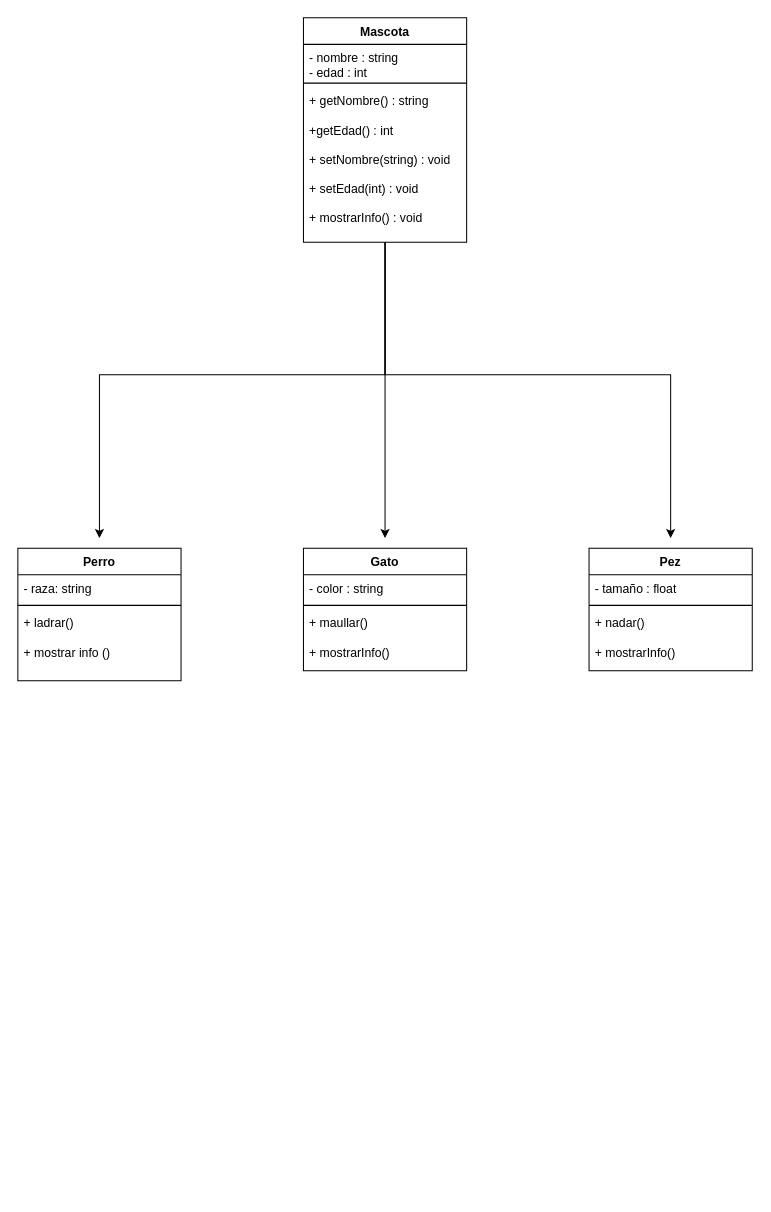
Earlier version of the draw.io diagram UML_tienda.drawio (a01715561-art/Tienda-de-mascotas). Source tidied: cells renumbered, new cells numbered last; positions are measured from the earlier drawing's top-left corner, leaving out a move shared by most shapes. Both pictures are drawn from the tidied source at 102%, with x=0, y=0 at pixel (17, 17).
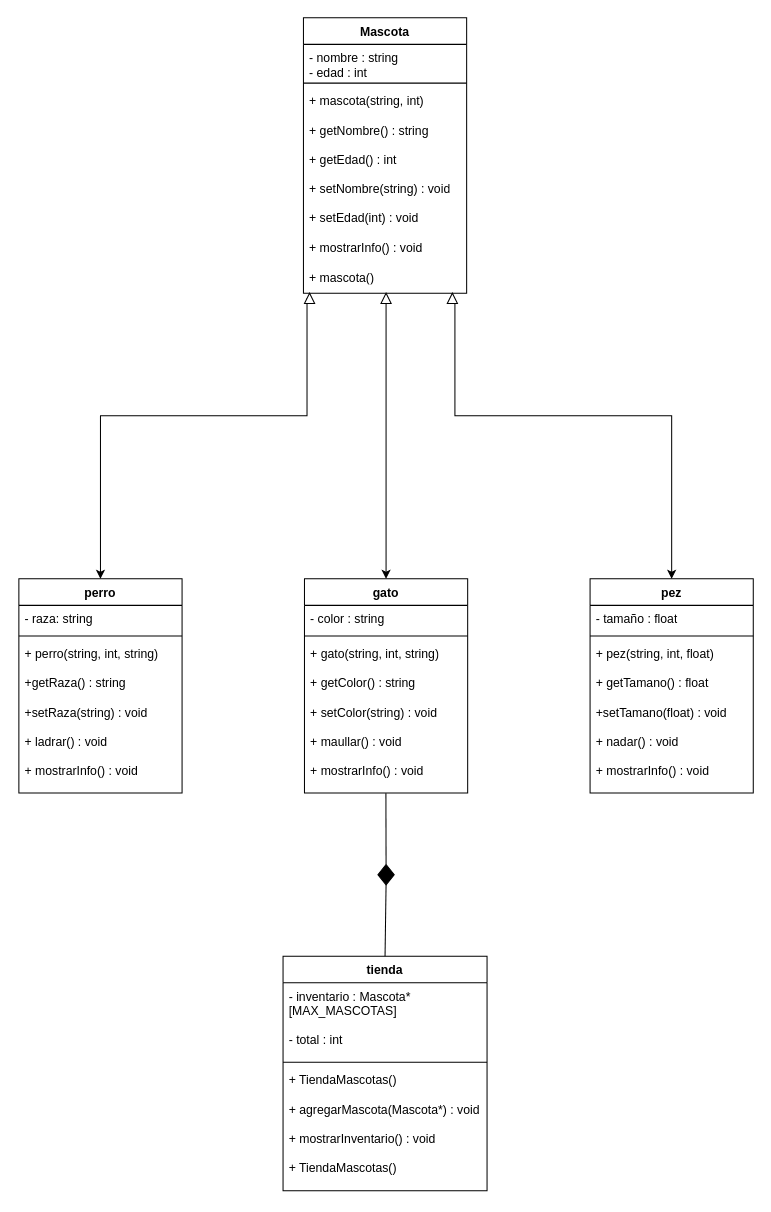
The same diagram, later.

Change to the diagram source:
```diff
@@
-    <mxCell id="2" style="edgeStyle=orthogonalEdgeStyle;rounded=0;jettySize=auto;html=1;" parent="1" edge="1" source="5">
-      <mxGeometry relative="1" as="geometry">
-        <mxPoint x="80" y="510" as="targetPoint" />
-        <Array as="points">
-          <mxPoint x="360" y="350" />
-          <mxPoint x="80" y="350" />
-          <mxPoint x="80" y="500" />
-        </Array>
-      </mxGeometry>
-    </mxCell>
-    <mxCell id="3" style="edgeStyle=orthogonalEdgeStyle;rounded=0;jettySize=auto;html=1;" parent="1" edge="1" source="5">
-      <mxGeometry relative="1" as="geometry">
-        <mxPoint x="640" y="510" as="targetPoint" />
-        <Array as="points">
-          <mxPoint x="360" y="350" />
-          <mxPoint x="640" y="350" />
-        </Array>
-      </mxGeometry>
-    </mxCell>
-    <mxCell id="4" style="edgeStyle=orthogonalEdgeStyle;rounded=0;jettySize=auto;html=1;" parent="1" edge="1" source="5">
-      <mxGeometry relative="1" as="geometry">
-        <mxPoint x="360" y="510" as="targetPoint" />
-      </mxGeometry>
-    </mxCell>
     <mxCell id="5" value="Mascota" style="swimlane;fontStyle=1;align=center;verticalAlign=top;horizontal=1;startSize=26;whiteSpace=wrap;html=1;" parent="1" vertex="1">
-      <mxGeometry x="280" width="160" height="220" as="geometry" />
+      <mxGeometry x="280" width="160" height="270" as="geometry" />
     </mxCell>
@@
-    <mxCell id="8" value="+ getNombre() : string&lt;div&gt;&lt;br&gt;&lt;div&gt;+getEdad() : int&lt;/div&gt;&lt;div&gt;&lt;br&gt;&lt;/div&gt;&lt;/div&gt;&lt;div&gt;+ setNombre(string) : void&lt;/div&gt;&lt;div&gt;&lt;br&gt;&lt;/div&gt;&lt;div&gt;+ setEdad(int) : void&lt;/div&gt;&lt;div&gt;&lt;br&gt;&lt;/div&gt;&lt;div&gt;+ mostrarInfo() : void&lt;/div&gt;" style="text;strokeColor=none;fillColor=none;align=left;verticalAlign=top;spacingLeft=4;spacingRight=4;overflow=hidden;whiteSpace=wrap;html=1;" parent="5" vertex="1">
-      <mxGeometry y="68" width="160" height="152" as="geometry" />
-    </mxCell>
-    <mxCell id="9" value="Perro" style="swimlane;fontStyle=1;align=center;verticalAlign=top;horizontal=1;startSize=26;whiteSpace=wrap;html=1;" parent="1" vertex="1">
-      <mxGeometry y="520" width="160" height="130" as="geometry" />
-    </mxCell>
+    <mxCell id="21" value="+ mascota(string, int)&lt;div&gt;&lt;br&gt;&lt;/div&gt;&lt;div&gt;+ getNombre() : string&lt;/div&gt;&lt;div&gt;&lt;br&gt;&lt;/div&gt;&lt;div&gt;+ getEdad() : int&lt;/div&gt;&lt;div&gt;&lt;br&gt;&lt;/div&gt;&lt;div&gt;+ setNombre(string) : void&lt;/div&gt;&lt;div&gt;&lt;br&gt;&lt;/div&gt;&lt;div&gt;+ setEdad(int) : void&lt;/div&gt;&lt;div&gt;&lt;br&gt;&lt;/div&gt;&lt;div&gt;+ mostrarInfo() : void&lt;/div&gt;&lt;div&gt;&lt;br&gt;&lt;/div&gt;&lt;div&gt;+ mascota()&lt;/div&gt;" style="text;strokeColor=none;fillColor=none;align=left;verticalAlign=top;spacingLeft=4;spacingRight=4;overflow=hidden;whiteSpace=wrap;html=1;" parent="5" vertex="1">
+      <mxGeometry y="68" width="160" height="202" as="geometry" />
+    </mxCell>
+    <mxCell id="22" value="pez" style="swimlane;fontStyle=1;align=center;verticalAlign=top;horizontal=1;startSize=26;whiteSpace=wrap;html=1;" parent="1" vertex="1">
+      <mxGeometry x="561" y="550" width="160" height="210" as="geometry" />
+    </mxCell>
+    <mxCell id="14" value="- tamaño : float" style="text;strokeColor=none;fillColor=none;align=left;verticalAlign=top;spacingLeft=4;spacingRight=4;overflow=hidden;whiteSpace=wrap;html=1;" parent="22" vertex="1">
+      <mxGeometry y="26" width="160" height="26" as="geometry" />
+    </mxCell>
+    <mxCell id="23" style="line;strokeWidth=1;fillColor=none;align=left;verticalAlign=middle;spacingTop=-1;spacingLeft=3;spacingRight=3;labelPosition=right;strokeColor=inherit;" parent="22" vertex="1">
+      <mxGeometry y="52" width="160" height="8" as="geometry" />
+    </mxCell>
+    <mxCell id="24" value="+ pez(string, int, float)&lt;div&gt;&lt;br&gt;&lt;/div&gt;&lt;div&gt;+ getTamano() : float&lt;/div&gt;&lt;div&gt;&lt;br&gt;&lt;/div&gt;&lt;div&gt;+setTamano(float) : void&lt;/div&gt;&lt;div&gt;&lt;br&gt;&lt;/div&gt;&lt;div&gt;+ nadar() : void&lt;/div&gt;&lt;div&gt;&lt;br&gt;&lt;/div&gt;&lt;div&gt;+ mostrarInfo() : void&lt;/div&gt;" style="text;strokeColor=none;fillColor=none;align=left;verticalAlign=top;spacingLeft=4;spacingRight=4;overflow=hidden;whiteSpace=wrap;html=1;" parent="22" vertex="1">
+      <mxGeometry y="60" width="160" height="150" as="geometry" />
+    </mxCell>
+    <mxCell id="25" value="gato" style="swimlane;fontStyle=1;align=center;verticalAlign=top;horizontal=1;startSize=26;whiteSpace=wrap;html=1;" parent="1" vertex="1">
+      <mxGeometry x="281" y="550" width="160" height="210" as="geometry" />
+    </mxCell>
+    <mxCell id="18" value="- color : string" style="text;strokeColor=none;fillColor=none;align=left;verticalAlign=top;spacingLeft=4;spacingRight=4;overflow=hidden;whiteSpace=wrap;html=1;" parent="25" vertex="1">
+      <mxGeometry y="26" width="160" height="26" as="geometry" />
+    </mxCell>
+    <mxCell id="26" style="line;strokeWidth=1;fillColor=none;align=left;verticalAlign=middle;spacingTop=-1;spacingLeft=3;spacingRight=3;labelPosition=right;strokeColor=inherit;" parent="25" vertex="1">
+      <mxGeometry y="52" width="160" height="8" as="geometry" />
+    </mxCell>
+    <mxCell id="27" value="+ gato(string, int, string)&lt;div&gt;&lt;br&gt;&lt;/div&gt;&lt;div&gt;+ getColor() : string&lt;/div&gt;&lt;div&gt;&lt;br&gt;&lt;/div&gt;&lt;div&gt;+ setColor(string) : void&lt;/div&gt;&lt;div&gt;&lt;br&gt;&lt;/div&gt;&lt;div&gt;+ maullar() : void&lt;/div&gt;&lt;div&gt;&lt;br&gt;&lt;/div&gt;&lt;div&gt;+ mostrarInfo() : void&lt;/div&gt;" style="text;strokeColor=none;fillColor=none;align=left;verticalAlign=top;spacingLeft=4;spacingRight=4;overflow=hidden;points=[[0,0.5],[1,0.5]];portConstraint=eastwest;whiteSpace=wrap;html=1;" parent="25" vertex="1">
+      <mxGeometry y="60" width="160" height="150" as="geometry" />
+    </mxCell>
+    <mxCell id="28" value="perro" style="swimlane;fontStyle=1;align=center;verticalAlign=top;horizontal=1;startSize=26;whiteSpace=wrap;html=1;" parent="1" vertex="1">
+      <mxGeometry x="1" y="550" width="160" height="210" as="geometry" />
+    </mxCell>
-    <mxCell id="10" value="- raza: string" style="text;strokeColor=none;fillColor=none;align=left;verticalAlign=top;spacingLeft=4;spacingRight=4;overflow=hidden;whiteSpace=wrap;html=1;" parent="9" vertex="1">
+    <mxCell id="10" value="- raza: string" style="text;strokeColor=none;fillColor=none;align=left;verticalAlign=top;spacingLeft=4;spacingRight=4;overflow=hidden;whiteSpace=wrap;html=1;" parent="28" vertex="1">
       <mxGeometry y="26" width="160" height="26" as="geometry" />
     </mxCell>
-    <mxCell id="11" style="line;strokeWidth=1;fillColor=none;align=left;verticalAlign=middle;spacingTop=-1;spacingLeft=3;spacingRight=3;labelPosition=right;strokeColor=inherit;" parent="9" vertex="1">
-      <mxGeometry y="52" width="160" height="8" as="geometry" />
-    </mxCell>
-    <mxCell id="12" value="+ ladrar()&lt;div&gt;&lt;br&gt;&lt;/div&gt;&lt;div&gt;+ mostrar info ()&lt;/div&gt;" style="text;strokeColor=none;fillColor=none;align=left;verticalAlign=top;spacingLeft=4;spacingRight=4;overflow=hidden;whiteSpace=wrap;html=1;" parent="9" vertex="1">
-      <mxGeometry y="60" width="160" height="70" as="geometry" />
-    </mxCell>
-    <mxCell id="13" value="Pez" style="swimlane;fontStyle=1;align=center;verticalAlign=top;horizontal=1;startSize=26;whiteSpace=wrap;html=1;" parent="1" vertex="1">
-      <mxGeometry x="560" y="520" width="160" height="120" as="geometry" />
-    </mxCell>
-    <mxCell id="14" value="- tamaño : float" style="text;strokeColor=none;fillColor=none;align=left;verticalAlign=top;spacingLeft=4;spacingRight=4;overflow=hidden;whiteSpace=wrap;html=1;" parent="13" vertex="1">
-      <mxGeometry y="26" width="160" height="26" as="geometry" />
-    </mxCell>
-    <mxCell id="15" style="line;strokeWidth=1;fillColor=none;align=left;verticalAlign=middle;spacingTop=-1;spacingLeft=3;spacingRight=3;labelPosition=right;strokeColor=inherit;" parent="13" vertex="1">
-      <mxGeometry y="52" width="160" height="8" as="geometry" />
-    </mxCell>
-    <mxCell id="16" value="+ nadar()&lt;div&gt;&lt;br&gt;&lt;/div&gt;&lt;div&gt;+ mostrarInfo()&lt;/div&gt;" style="text;strokeColor=none;fillColor=none;align=left;verticalAlign=top;spacingLeft=4;spacingRight=4;overflow=hidden;whiteSpace=wrap;html=1;" parent="13" vertex="1">
-      <mxGeometry y="60" width="160" height="60" as="geometry" />
-    </mxCell>
-    <mxCell id="17" value="Gato" style="swimlane;fontStyle=1;align=center;verticalAlign=top;horizontal=1;startSize=26;whiteSpace=wrap;html=1;" parent="1" vertex="1">
-      <mxGeometry x="280" y="520" width="160" height="120" as="geometry" />
-    </mxCell>
-    <mxCell id="18" value="- color : string" style="text;strokeColor=none;fillColor=none;align=left;verticalAlign=top;spacingLeft=4;spacingRight=4;overflow=hidden;whiteSpace=wrap;html=1;" parent="17" vertex="1">
-      <mxGeometry y="26" width="160" height="26" as="geometry" />
-    </mxCell>
-    <mxCell id="19" style="line;strokeWidth=1;fillColor=none;align=left;verticalAlign=middle;spacingTop=-1;spacingLeft=3;spacingRight=3;labelPosition=right;strokeColor=inherit;" parent="17" vertex="1">
-      <mxGeometry y="52" width="160" height="8" as="geometry" />
-    </mxCell>
-    <mxCell id="20" value="+ maullar()&lt;div&gt;&lt;br&gt;&lt;/div&gt;&lt;div&gt;+ mostrarInfo()&lt;/div&gt;" style="text;strokeColor=none;fillColor=none;align=left;verticalAlign=top;spacingLeft=4;spacingRight=4;overflow=hidden;whiteSpace=wrap;html=1;" parent="17" vertex="1">
-      <mxGeometry y="60" width="160" height="60" as="geometry" />
-    </mxCell>
+    <mxCell id="29" style="line;strokeWidth=1;fillColor=none;align=left;verticalAlign=middle;spacingTop=-1;spacingLeft=3;spacingRight=3;labelPosition=right;strokeColor=inherit;" parent="28" vertex="1">
+      <mxGeometry y="52" width="160" height="8" as="geometry" />
+    </mxCell>
+    <mxCell id="30" value="+ perro(string, int, string)&lt;div&gt;&lt;br&gt;&lt;/div&gt;&lt;div&gt;+getRaza() : string&lt;/div&gt;&lt;div&gt;&lt;br&gt;&lt;/div&gt;&lt;div&gt;+setRaza(string) : void&amp;nbsp;&lt;/div&gt;&lt;div&gt;&lt;br&gt;&lt;/div&gt;&lt;div&gt;+ ladrar() : void&lt;/div&gt;&lt;div&gt;&lt;br&gt;&lt;/div&gt;&lt;div&gt;+ mostrarInfo() : void&lt;/div&gt;" style="text;strokeColor=none;fillColor=none;align=left;verticalAlign=top;spacingLeft=4;spacingRight=4;overflow=hidden;whiteSpace=wrap;html=1;" parent="28" vertex="1">
+      <mxGeometry y="60" width="160" height="150" as="geometry" />
+    </mxCell>
+    <mxCell id="31" value="tienda" style="swimlane;fontStyle=1;align=center;verticalAlign=top;horizontal=1;startSize=26;whiteSpace=wrap;html=1;" parent="1" vertex="1">
+      <mxGeometry x="260" y="920" width="200" height="230" as="geometry" />
+    </mxCell>
+    <mxCell id="32" value="- inventario : Mascota* [MAX_MASCOTAS]&lt;div&gt;&lt;br&gt;&lt;/div&gt;&lt;div&gt;- total : int&lt;/div&gt;" style="text;strokeColor=none;fillColor=none;align=left;verticalAlign=top;spacingLeft=4;spacingRight=4;overflow=hidden;whiteSpace=wrap;html=1;" parent="31" vertex="1">
+      <mxGeometry y="26" width="200" height="74" as="geometry" />
+    </mxCell>
+    <mxCell id="33" style="line;strokeWidth=1;fillColor=none;align=left;verticalAlign=middle;spacingTop=-1;spacingLeft=3;spacingRight=3;labelPosition=right;strokeColor=inherit;" parent="31" vertex="1">
+      <mxGeometry y="100" width="200" height="8" as="geometry" />
+    </mxCell>
+    <mxCell id="34" value="+ TiendaMascotas()&lt;div&gt;&lt;br&gt;&lt;/div&gt;&lt;div&gt;+ agregarMascota(Mascota*) : void&lt;/div&gt;&lt;div&gt;&lt;br&gt;&lt;/div&gt;&lt;div&gt;+ mostrarInventario() : void&lt;/div&gt;&lt;div&gt;&lt;br&gt;&lt;/div&gt;&lt;div&gt;+ TiendaMascotas()&lt;/div&gt;" style="text;strokeColor=none;fillColor=none;align=left;verticalAlign=top;spacingLeft=4;spacingRight=4;overflow=hidden;whiteSpace=wrap;html=1;" parent="31" vertex="1">
+      <mxGeometry y="108" width="200" height="122" as="geometry" />
+    </mxCell>
+    <mxCell id="35" style="rhombus;whiteSpace=wrap;html=1;fillColor=#000000;" parent="1" vertex="1">
+      <mxGeometry x="353" y="830" width="16" height="20" as="geometry" />
+    </mxCell>
+    <mxCell id="36" style="endArrow=none;html=1;rounded=0;exitX=0.5;exitY=0;exitDx=0;exitDy=0;entryX=0.499;entryY=1.002;entryDx=0;entryDy=0;entryPerimeter=0;" parent="1" edge="1" source="35" target="27">
+      <mxGeometry relative="1" as="geometry" />
+    </mxCell>
+    <mxCell id="37" style="endArrow=none;html=1;rounded=0;exitX=0.5;exitY=0;exitDx=0;exitDy=0;" parent="1" edge="1" source="31">
+      <mxGeometry relative="1" as="geometry">
+        <mxPoint x="361" y="850" as="targetPoint" />
+      </mxGeometry>
+    </mxCell>
+    <mxCell id="38" style="edgeStyle=orthogonalEdgeStyle;rounded=0;jettySize=auto;html=1;exitX=0;exitY=0.75;exitDx=0;exitDy=0;entryX=0.5;entryY=0;entryDx=0;entryDy=0;" parent="1" edge="1" source="39" target="22">
+      <mxGeometry relative="1" as="geometry">
+        <Array as="points">
+          <mxPoint x="428" y="390" />
+          <mxPoint x="641" y="390" />
+        </Array>
+      </mxGeometry>
+    </mxCell>
+    <mxCell id="39" style="triangle;whiteSpace=wrap;html=1;rotation=-90;" parent="1" vertex="1">
+      <mxGeometry x="421" y="270" width="10" height="10" as="geometry" />
+    </mxCell>
+    <mxCell id="40" style="edgeStyle=orthogonalEdgeStyle;rounded=0;jettySize=auto;html=1;exitX=0.5;exitY=0;exitDx=0;exitDy=0;entryX=0.5;entryY=0;entryDx=0;entryDy=0;" parent="1" edge="1" source="41" target="28">
+      <mxGeometry relative="1" as="geometry">
+        <Array as="points">
+          <mxPoint x="284" y="390" />
+          <mxPoint x="81" y="390" />
+        </Array>
+      </mxGeometry>
+    </mxCell>
+    <mxCell id="41" style="triangle;whiteSpace=wrap;html=1;rotation=-90;" parent="1" vertex="1">
+      <mxGeometry x="281" y="270" width="10" height="10" as="geometry" />
+    </mxCell>
+    <mxCell id="42" style="edgeStyle=orthogonalEdgeStyle;rounded=0;jettySize=auto;html=1;exitX=0;exitY=0.5;exitDx=0;exitDy=0;entryX=0.5;entryY=0;entryDx=0;entryDy=0;" parent="1" edge="1" source="43" target="25">
+      <mxGeometry relative="1" as="geometry" />
+    </mxCell>
+    <mxCell id="43" style="triangle;whiteSpace=wrap;html=1;rotation=-90;" parent="1" vertex="1">
+      <mxGeometry x="356" y="270" width="10" height="10" as="geometry" />
+    </mxCell>
```
